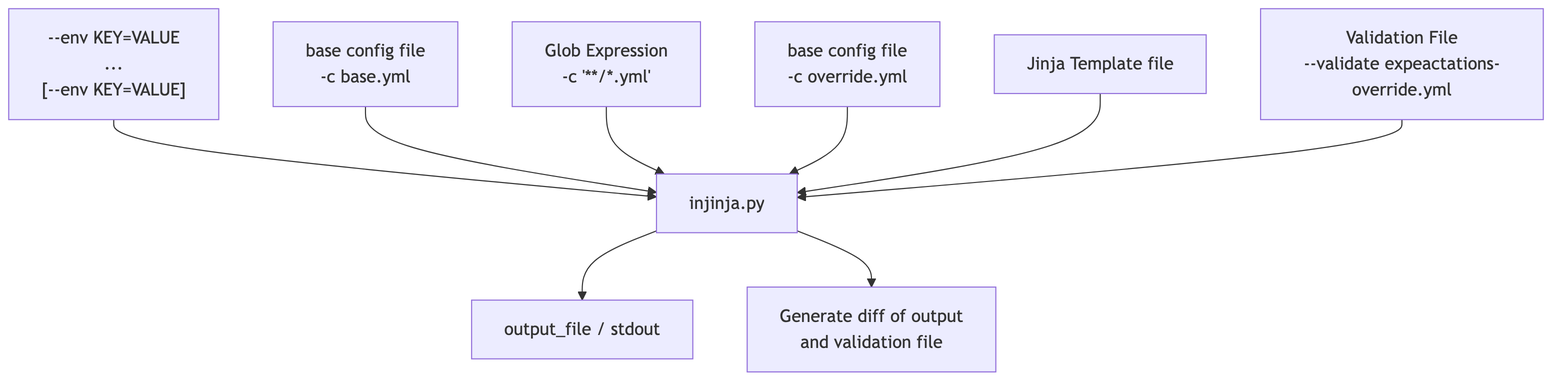
Earlier version of the Mermaid export diagrams/testing.png (neozenith/injinja). Its source is kept beside it as diagrams/testing.mmd. The source it was exported from:
```mermaid
flowchart TD
    output["`output_file / stdout `"]
    environment_variable["
    --env KEY=VALUE
    ...
    [--env KEY=VALUE]"]

    config_file["base config file
    -c base.yml"]
    glob_expression["Glob Expression
    -c '**/*.yml'"]
    override_file["base config file
    -c override.yml"]

    template_file["Jinja Template file"]
    validate["Validation File
    --validate expeactations-override.yml"]
    diff["Generate diff of output
    and validation file"]

    environment_variable --> injinja.py
    config_file --> injinja.py
    glob_expression --> injinja.py
    override_file --> injinja.py
    template_file --> injinja.py
    validate --> injinja.py
    injinja.py --> output
    injinja.py --> diff
```
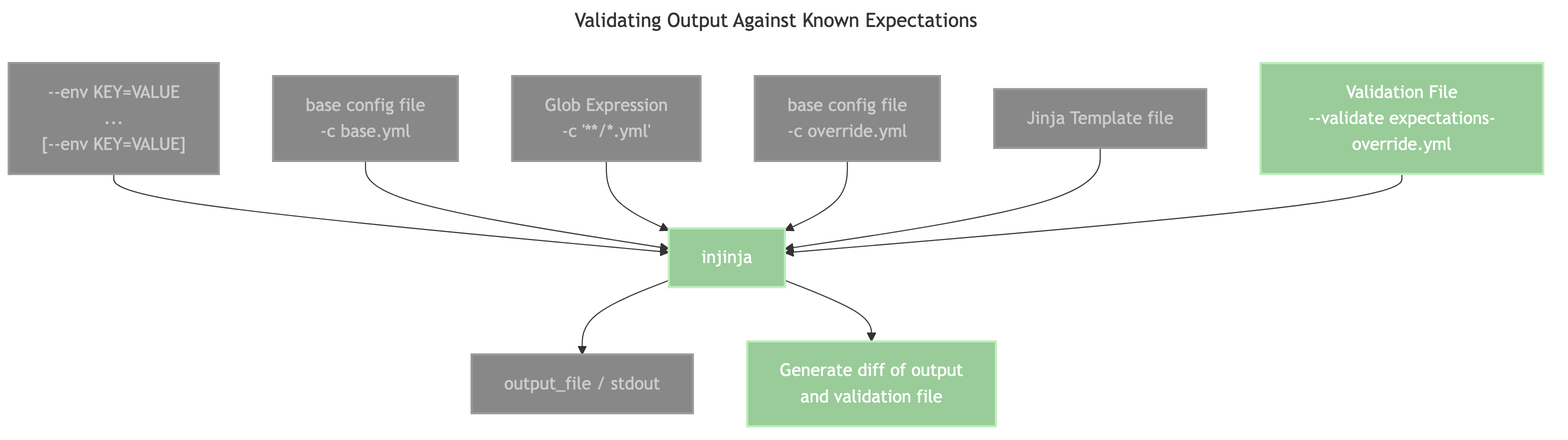
After the change.

What changed in the source:
```diff
@@ -1,3 +1,6 @@
+---
+title: Validating Output Against Known Expectations
+---
 flowchart TD
     output["`output_file / stdout `"]
     environment_variable["
@@ -14,15 +17,21 @@
 
     template_file["Jinja Template file"]
     validate["Validation File
-    --validate expeactations-override.yml"]
+    --validate expectations-override.yml"]
     diff["Generate diff of output
     and validation file"]
 
-    environment_variable --> injinja.py
-    config_file --> injinja.py
-    glob_expression --> injinja.py
-    override_file --> injinja.py
-    template_file --> injinja.py
-    validate --> injinja.py
-    injinja.py --> output
-    injinja.py --> diff
+    environment_variable --> injinja
+    config_file --> injinja
+    glob_expression --> injinja
+    override_file --> injinja
+    template_file --> injinja
+    validate --> injinja
+    injinja --> output
+    injinja --> diff
+
+    classDef focus fill:#9c9,stroke:#beb,stroke-width:2px,color:#fff
+    classDef other fill:#888,stroke:#999,stroke-width:2px,color:#ccc
+
+    class validate,diff,injinja focus
+    class config_file,glob_expression,override_file,template_file,output,environment_variable other
```
